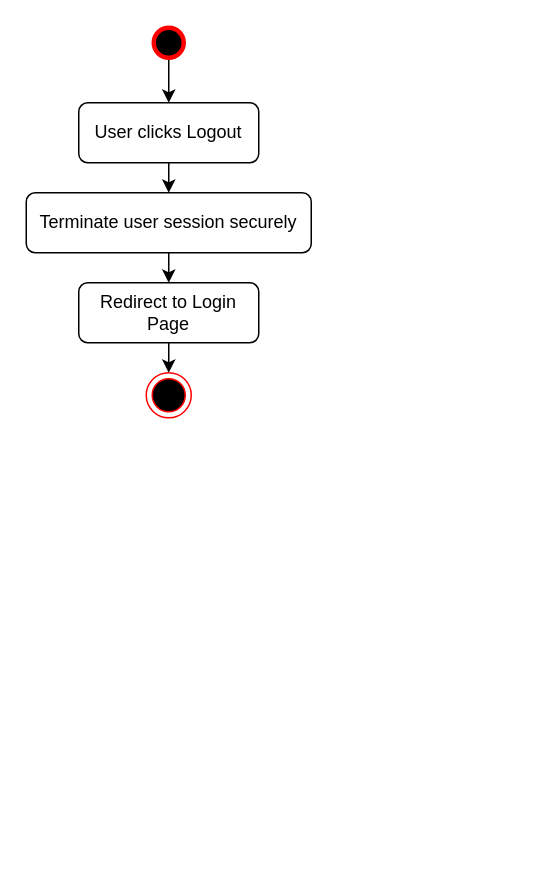
The draw.io diagram page "Logout" (16 of 17) of Untitled Diagram.drawio in shamim36/Final-Defence-Diagram, before the edit. Source tidied: cells renumbered, new cells numbered last; positions are measured from the earlier drawing's top-left corner, leaving out a move shared by most shapes. Both pictures are drawn from the tidied source at 150%, with x=0, y=0 at pixel (26, 27).
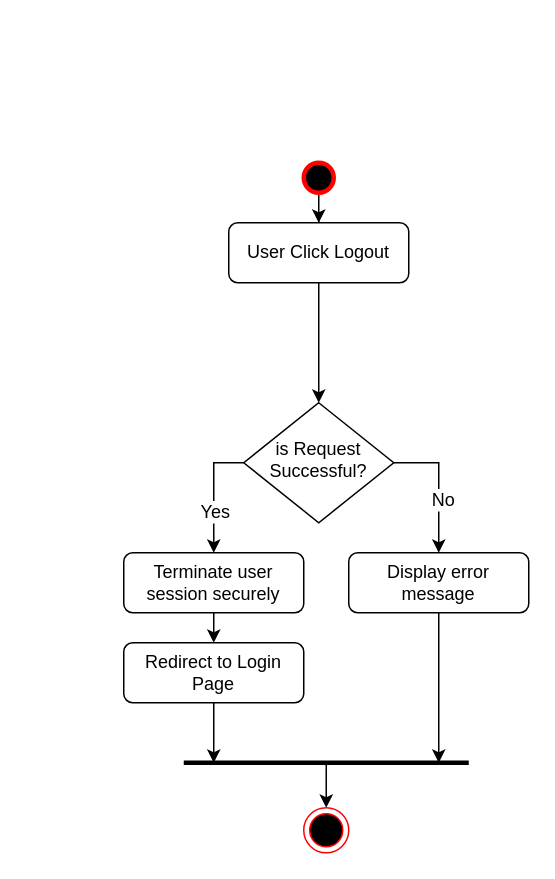
Above is the later version.

Change to the diagram source:
```diff
@@
-    <mxCell id="2" style="edgeStyle=orthogonalEdgeStyle;rounded=0;jettySize=auto;html=1;exitX=0.5;exitY=1;exitDx=0;exitDy=0;entryX=0.5;entryY=0;entryDx=0;entryDy=0;fontFamily=Helvetica;fontSize=12;fontColor=default;" parent="1" edge="1" source="3" target="5">
-      <mxGeometry relative="1" as="geometry" />
-    </mxCell>
-    <mxCell id="3" value="User clicks Logout" style="rounded=1;whiteSpace=wrap;html=1;fontSize=12;glass=0;strokeWidth=1;shadow=0;" parent="1" vertex="1">
-      <mxGeometry x="35" y="50" width="120" height="40" as="geometry" />
-    </mxCell>
+    <mxCell id="11" style="edgeStyle=orthogonalEdgeStyle;rounded=0;jettySize=auto;html=1;exitX=0.5;exitY=1;exitDx=0;exitDy=0;fontFamily=Helvetica;fontSize=12;fontColor=default;" parent="1" edge="1" source="12" target="17">
+      <mxGeometry relative="1" as="geometry" />
+    </mxCell>
+    <mxCell id="12" value="User Click Logout" style="rounded=1;whiteSpace=wrap;html=1;fontSize=12;glass=0;strokeWidth=1;shadow=0;" parent="1" vertex="1">
+      <mxGeometry x="135" y="130" width="120" height="40" as="geometry" />
+    </mxCell>
+    <mxCell id="13" style="edgeStyle=orthogonalEdgeStyle;rounded=0;jettySize=auto;html=1;exitX=1;exitY=0.5;exitDx=0;exitDy=0;entryX=0.5;entryY=0;entryDx=0;entryDy=0;fontFamily=Helvetica;fontSize=12;fontColor=default;" parent="1" edge="1" source="17" target="22">
+      <mxGeometry relative="1" as="geometry" />
+    </mxCell>
+    <mxCell id="14" value="No" style="edgeLabel;html=1;align=center;verticalAlign=middle;sketch=0;fillStyle=solid;strokeColor=light-dark(#000000,#EDEDED);strokeWidth=12;fontFamily=Helvetica;fontSize=12;fontColor=default;fillColor=#FF0000;" parent="13" vertex="1">
+      <mxGeometry x="0.2" y="2" relative="1" as="geometry" />
+    </mxCell>
+    <mxCell id="15" style="edgeStyle=orthogonalEdgeStyle;rounded=0;jettySize=auto;html=1;exitX=0;exitY=0.5;exitDx=0;exitDy=0;fontFamily=Helvetica;fontSize=12;fontColor=default;" parent="1" edge="1" source="17" target="5">
+      <mxGeometry relative="1" as="geometry" />
+    </mxCell>
+    <mxCell id="16" value="Yes" style="edgeLabel;html=1;align=center;verticalAlign=middle;sketch=0;fillStyle=solid;strokeColor=light-dark(#000000,#EDEDED);strokeWidth=12;fontFamily=Helvetica;fontSize=12;fontColor=default;fillColor=#FF0000;" parent="15" vertex="1">
+      <mxGeometry x="0.3" relative="1" as="geometry" />
+    </mxCell>
+    <mxCell id="17" value="is Request&lt;div&gt;Successful?&lt;/div&gt;" style="rhombus;whiteSpace=wrap;html=1;shadow=0;fontFamily=Helvetica;fontSize=12;align=center;strokeWidth=1;spacing=6;spacingTop=-4;" parent="1" vertex="1">
+      <mxGeometry x="145" y="250" width="100" height="80" as="geometry" />
+    </mxCell>
-    <mxCell id="4" style="edgeStyle=orthogonalEdgeStyle;rounded=0;jettySize=auto;html=1;exitX=0.5;exitY=1;exitDx=0;exitDy=0;entryX=0.5;entryY=0;entryDx=0;entryDy=0;fontFamily=Helvetica;fontSize=12;fontColor=default;" parent="1" edge="1" source="5" target="6">
+    <mxCell id="4" style="edgeStyle=orthogonalEdgeStyle;rounded=0;jettySize=auto;html=1;exitX=0.5;exitY=1;exitDx=0;exitDy=0;entryX=0.5;entryY=0;entryDx=0;entryDy=0;" parent="1" edge="1" source="5" target="6">
       <mxGeometry relative="1" as="geometry" />
     </mxCell>
     <mxCell id="5" value="Terminate user session securely" style="rounded=1;whiteSpace=wrap;html=1;fontSize=12;glass=0;strokeWidth=1;shadow=0;" parent="1" vertex="1">
-      <mxGeometry y="110" width="190" height="40" as="geometry" />
+      <mxGeometry x="65" y="350" width="120" height="40" as="geometry" />
     </mxCell>
+    <mxCell id="18" style="endArrow=none;html=1;rounded=0;strokeWidth=3;" parent="1" edge="1">
+      <mxGeometry relative="1" as="geometry">
+        <mxPoint x="105" y="490" as="sourcePoint" />
+        <mxPoint x="295" y="490" as="targetPoint" />
+      </mxGeometry>
+    </mxCell>
+    <mxCell id="19" style="edgeStyle=orthogonalEdgeStyle;rounded=0;jettySize=auto;html=1;exitX=0.5;exitY=1;exitDx=0;exitDy=0;exitPerimeter=0;fontFamily=Helvetica;fontSize=12;fontColor=default;" parent="1" edge="1" source="20" target="12">
+      <mxGeometry relative="1" as="geometry" />
+    </mxCell>
+    <mxCell id="20" style="strokeWidth=3;html=1;shape=mxgraph.flowchart.start_2;whiteSpace=wrap;sketch=0;fillStyle=solid;strokeColor=light-dark(#FF0000,#EDEDED);align=center;verticalAlign=middle;fontFamily=Helvetica;fontSize=12;fontColor=default;fillColor=#000000;" parent="1" vertex="1">
+      <mxGeometry x="185" y="90" width="20" height="20" as="geometry" />
+    </mxCell>
+    <mxCell id="21" style="edgeStyle=orthogonalEdgeStyle;rounded=0;jettySize=auto;html=1;exitX=0.5;exitY=1;exitDx=0;exitDy=0;fontFamily=Helvetica;fontSize=12;fontColor=default;" parent="1" edge="1" source="22">
+      <mxGeometry relative="1" as="geometry">
+        <mxPoint x="275" y="490" as="targetPoint" />
+      </mxGeometry>
+    </mxCell>
+    <mxCell id="22" value="Display error message" style="rounded=1;whiteSpace=wrap;html=1;fontSize=12;glass=0;strokeWidth=1;shadow=0;" parent="1" vertex="1">
+      <mxGeometry x="215" y="350" width="120" height="40" as="geometry" />
+    </mxCell>
+    <mxCell id="23" style="endArrow=classic;html=1;rounded=0;fontFamily=Helvetica;fontSize=12;fontColor=default;entryX=0.5;entryY=0;entryDx=0;entryDy=0;" parent="1" edge="1" target="24">
+      <mxGeometry relative="1" as="geometry">
+        <mxPoint x="200" y="490" as="sourcePoint" />
+      </mxGeometry>
+    </mxCell>
+    <mxCell id="24" style="ellipse;html=1;shape=endState;fillColor=#000000;strokeColor=#ff0000;" parent="1" vertex="1">
+      <mxGeometry x="185" y="520" width="30" height="30" as="geometry" />
+    </mxCell>
+    <mxCell id="25" style="edgeStyle=orthogonalEdgeStyle;rounded=0;jettySize=auto;html=1;exitX=0.5;exitY=1;exitDx=0;exitDy=0;" parent="1" edge="1" source="6">
+      <mxGeometry relative="1" as="geometry">
+        <mxPoint x="125" y="490" as="targetPoint" />
+      </mxGeometry>
+    </mxCell>
     <mxCell id="6" value="Redirect to Login Page" style="rounded=1;whiteSpace=wrap;html=1;fontSize=12;glass=0;strokeWidth=1;shadow=0;" parent="1" vertex="1">
-      <mxGeometry x="35" y="170" width="120" height="40" as="geometry" />
+      <mxGeometry x="65" y="410" width="120" height="40" as="geometry" />
     </mxCell>
-    <mxCell id="7" style="edgeStyle=orthogonalEdgeStyle;rounded=0;jettySize=auto;html=1;exitX=0.5;exitY=1;exitDx=0;exitDy=0;exitPerimeter=0;fontFamily=Helvetica;fontSize=12;fontColor=default;" parent="1" edge="1" source="8" target="3">
-      <mxGeometry relative="1" as="geometry" />
-    </mxCell>
-    <mxCell id="8" style="strokeWidth=3;html=1;shape=mxgraph.flowchart.start_2;whiteSpace=wrap;sketch=0;fillStyle=solid;strokeColor=light-dark(#FF0000,#EDEDED);align=center;verticalAlign=middle;fontFamily=Helvetica;fontSize=12;fontColor=default;fillColor=#000000;" parent="1" vertex="1">
-      <mxGeometry x="85" width="20" height="20" as="geometry" />
-    </mxCell>
-    <mxCell id="9" style="edgeStyle=orthogonalEdgeStyle;rounded=0;jettySize=auto;html=1;exitX=0.5;exitY=1;exitDx=0;exitDy=0;entryX=0.5;entryY=0;entryDx=0;entryDy=0;entryPerimeter=0;fontFamily=Helvetica;fontSize=12;fontColor=default;" parent="1" edge="1" source="6">
-      <mxGeometry relative="1" as="geometry">
-        <mxPoint x="95" y="230" as="targetPoint" />
-      </mxGeometry>
-    </mxCell>
-    <mxCell id="10" style="ellipse;html=1;shape=endState;fillColor=#000000;strokeColor=#ff0000;" parent="1" vertex="1">
-      <mxGeometry x="80" y="230" width="30" height="30" as="geometry" />
-    </mxCell>
```
